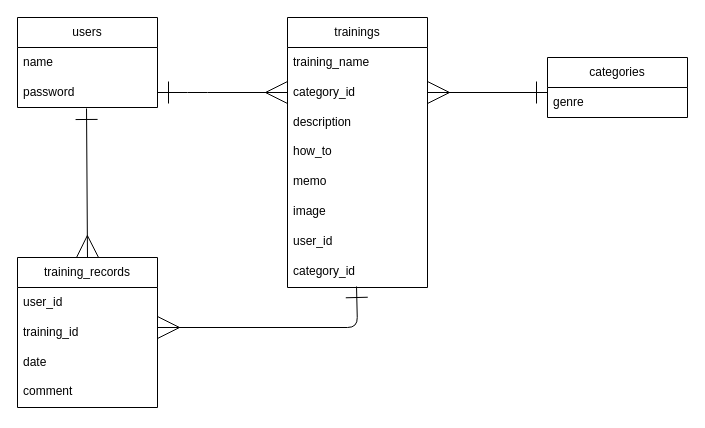
Before: page "ER図" (1 of 2) of test.dio in haroco/my-training-note, a draw.io diagram. Source tidied: cells renumbered, new cells numbered last; positions are measured from the earlier drawing's top-left corner, leaving out a move shared by most shapes. Both pictures are drawn from the tidied source at 100%, with x=0, y=0 at pixel (17, 17).
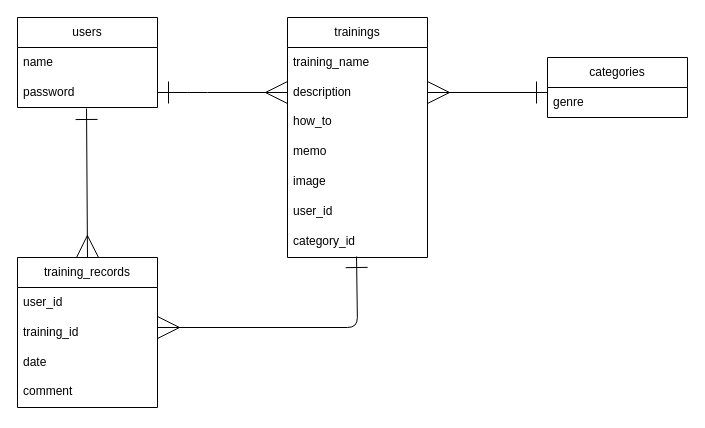
The same page after the edit.

What changed in the source:
```diff
@@
     <mxCell id="6" value="trainings" style="swimlane;fontStyle=0;horizontal=1;startSize=30;whiteSpace=wrap;html=1;" parent="1" vertex="1">
-      <mxGeometry x="270" width="140" height="270" as="geometry" />
+      <mxGeometry x="270" width="140" height="240" as="geometry" />
     </mxCell>
@@
-    <mxCell id="8" value="category_id" style="text;strokeColor=none;fillColor=none;align=left;verticalAlign=middle;spacingLeft=4;spacingRight=4;overflow=hidden;points=[[0,0.5],[1,0.5]];portConstraint=eastwest;whiteSpace=wrap;html=1;" parent="6" vertex="1">
-      <mxGeometry y="60" width="140" height="30" as="geometry" />
-    </mxCell>
     <mxCell id="9" value="description" style="text;strokeColor=none;fillColor=none;align=left;verticalAlign=middle;spacingLeft=4;spacingRight=4;overflow=hidden;whiteSpace=wrap;html=1;" parent="6" vertex="1">
-      <mxGeometry y="90" width="140" height="30" as="geometry" />
+      <mxGeometry y="60" width="140" height="30" as="geometry" />
     </mxCell>
     <mxCell id="10" value="how_to" style="text;strokeColor=none;fillColor=none;spacingLeft=4;spacingRight=4;overflow=hidden;fontSize=12;" parent="6" vertex="1">
-      <mxGeometry y="120" width="140" height="30" as="geometry" />
+      <mxGeometry y="90" width="140" height="30" as="geometry" />
     </mxCell>
     <mxCell id="11" value="memo" style="text;strokeColor=none;fillColor=none;spacingLeft=4;spacingRight=4;overflow=hidden;fontSize=12;" parent="6" vertex="1">
-      <mxGeometry y="150" width="140" height="30" as="geometry" />
+      <mxGeometry y="120" width="140" height="30" as="geometry" />
     </mxCell>
     <mxCell id="12" value="image" style="text;strokeColor=none;fillColor=none;spacingLeft=4;spacingRight=4;overflow=hidden;fontSize=12;" parent="6" vertex="1">
-      <mxGeometry y="180" width="140" height="30" as="geometry" />
+      <mxGeometry y="150" width="140" height="30" as="geometry" />
     </mxCell>
     <mxCell id="13" value="user_id" style="text;strokeColor=none;fillColor=none;spacingLeft=4;spacingRight=4;overflow=hidden;fontSize=12;" parent="6" vertex="1">
-      <mxGeometry y="210" width="140" height="30" as="geometry" />
+      <mxGeometry y="180" width="140" height="30" as="geometry" />
     </mxCell>
     <mxCell id="14" value="category_id" style="text;strokeColor=none;fillColor=none;spacingLeft=4;spacingRight=4;overflow=hidden;points=[[0,0.5],[1,0.5]];portConstraint=eastwest;fontSize=12;" parent="6" vertex="1">
-      <mxGeometry y="240" width="140" height="30" as="geometry" />
+      <mxGeometry y="210" width="140" height="30" as="geometry" />
     </mxCell>
@@
-    <mxCell id="23" style="edgeStyle=none;html=1;entryX=0;entryY=0.5;entryDx=0;entryDy=0;startArrow=ERone;startFill=0;strokeWidth=1;targetPerimeterSpacing=0;sourcePerimeterSpacing=10;endArrow=ERmany;endFill=0;exitX=1;exitY=0.5;exitDx=0;exitDy=0;strokeColor=default;jumpSize=14;startSize=20;endSize=20;" parent="1" edge="1" target="8">
+    <mxCell id="23" style="edgeStyle=none;html=1;entryX=0;entryY=0.5;entryDx=0;entryDy=0;startArrow=ERone;startFill=0;strokeWidth=1;targetPerimeterSpacing=0;sourcePerimeterSpacing=10;endArrow=ERmany;endFill=0;exitX=1;exitY=0.5;exitDx=0;exitDy=0;strokeColor=default;jumpSize=14;startSize=20;endSize=20;" parent="1" edge="1">
       <mxGeometry relative="1" as="geometry">
         <mxPoint x="140" y="75" as="sourcePoint" />
+        <mxPoint x="270" y="75" as="targetPoint" />
         <Array as="points">
           <mxPoint x="180" y="75" />
         </Array>
       </mxGeometry>
     </mxCell>
-    <mxCell id="24" style="edgeStyle=none;jumpSize=14;html=1;exitX=1;exitY=0.5;exitDx=0;exitDy=0;strokeColor=default;strokeWidth=1;startArrow=ERmany;startFill=0;endArrow=ERone;endFill=0;startSize=20;endSize=20;sourcePerimeterSpacing=10;targetPerimeterSpacing=0;" parent="1" edge="1" source="8">
+    <mxCell id="24" style="edgeStyle=none;jumpSize=14;html=1;exitX=1;exitY=0.5;exitDx=0;exitDy=0;strokeColor=default;strokeWidth=1;startArrow=ERmany;startFill=0;endArrow=ERone;endFill=0;startSize=20;endSize=20;sourcePerimeterSpacing=10;targetPerimeterSpacing=0;" parent="1" edge="1">
       <mxGeometry relative="1" as="geometry">
+        <mxPoint x="410" y="75" as="sourcePoint" />
         <mxPoint x="530" y="75" as="targetPoint" />
       </mxGeometry>
     </mxCell>
```
